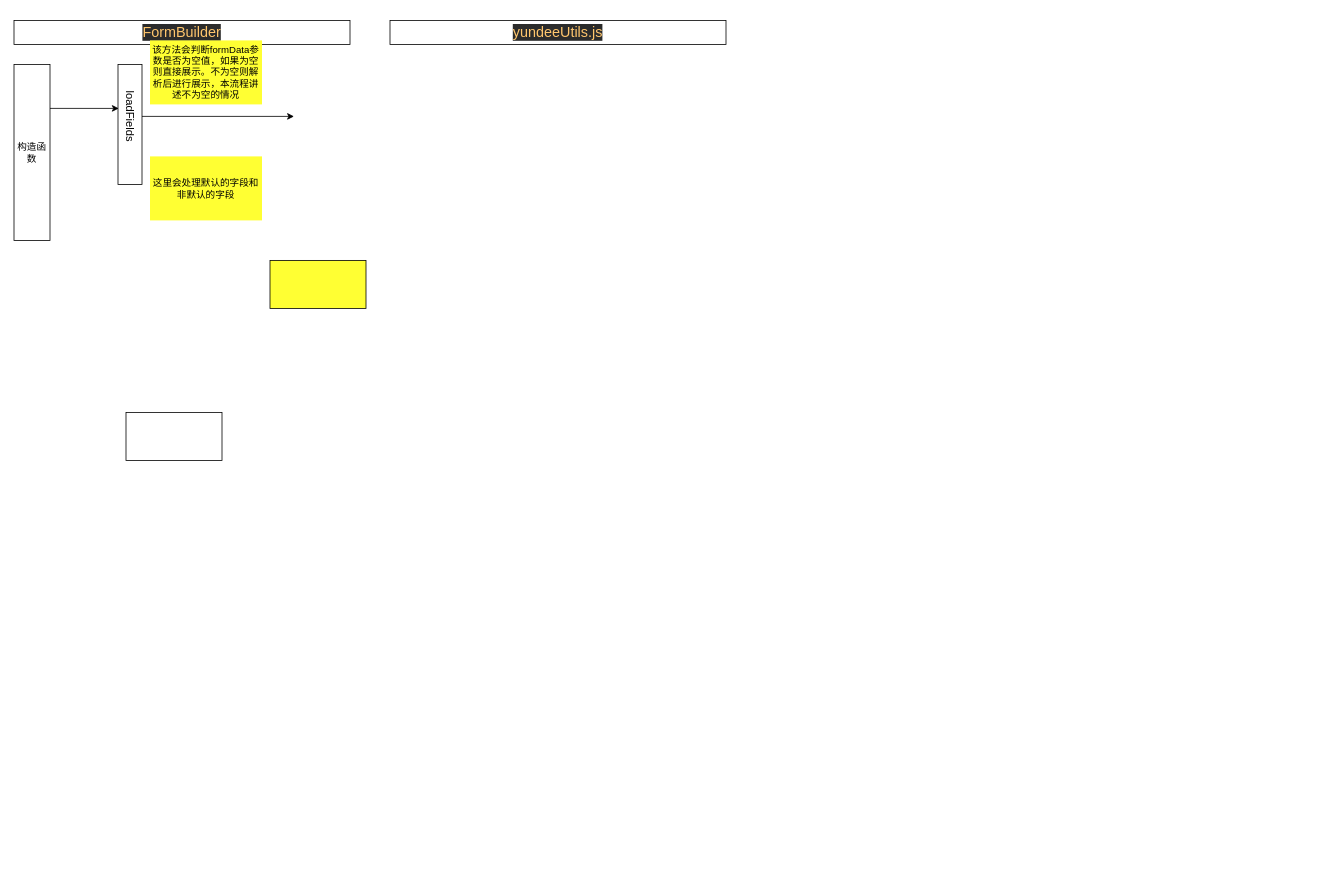
Earlier version of the draw.io diagram Java并发/表单设计器主要函数调用时序图.drawio (jethrozz/draw). Source tidied: cells renumbered, new cells numbered last; positions are measured from the earlier drawing's top-left corner, leaving out a move shared by most shapes. Both pictures are drawn from the tidied source at 80%, with x=0, y=0 at pixel (14, 20).
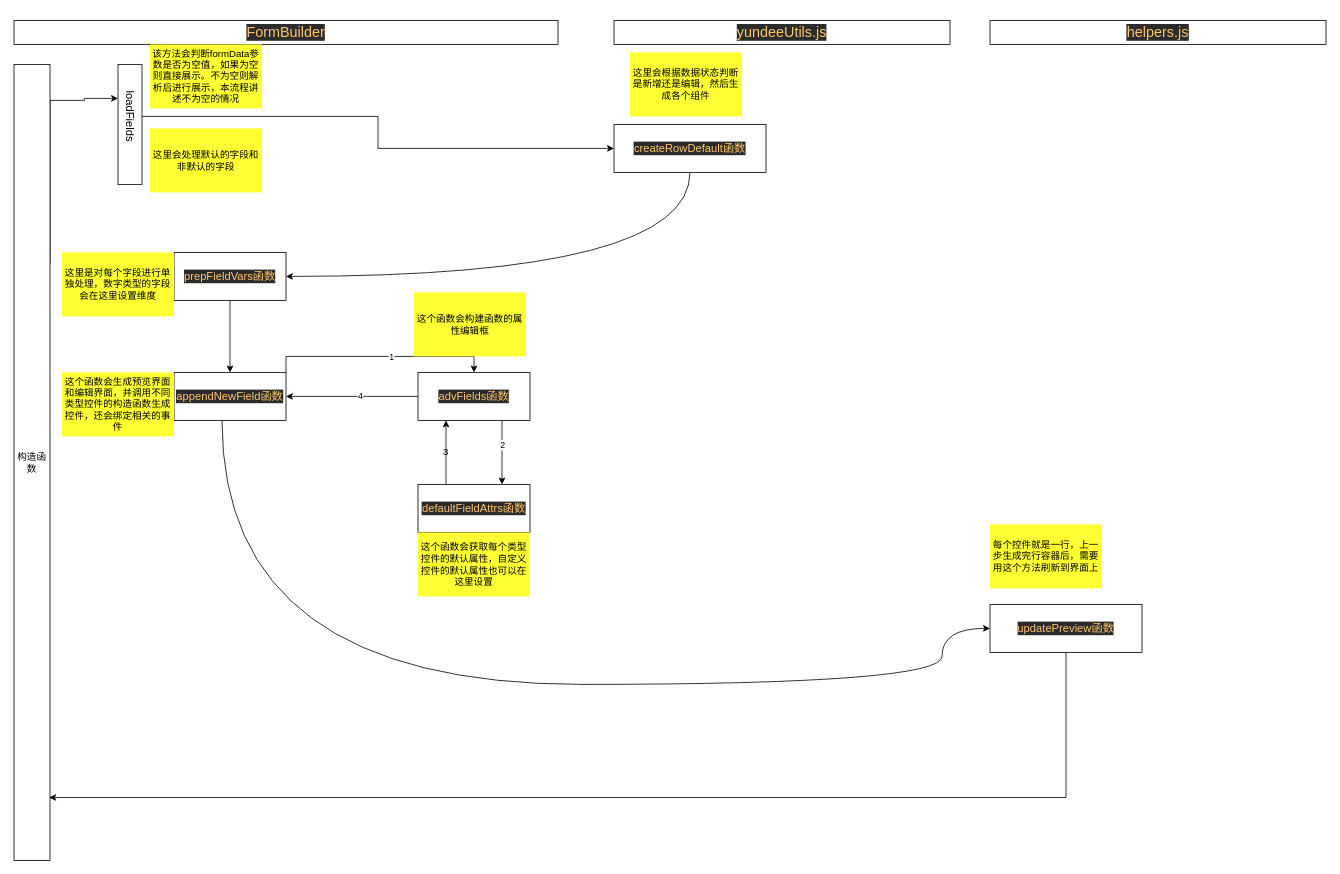
The same diagram, later.

Commit message (it also covers changes not shown here):
Update 表单设计器主要函数调用时序图.drawio

Unchanged cells that the change refers to:
```xml
<mxCell id="7" value="&lt;font style=&quot;font-size: 14px&quot;&gt;loadFields&lt;/font&gt;" style="text;html=1;strokeColor=none;fillColor=none;align=center;verticalAlign=middle;whiteSpace=wrap;rounded=0;rotation=90;" parent="1" vertex="1">
  <mxGeometry x="100" y="105" width="90" height="30" as="geometry" />
</mxCell>
```

What changed in the source:
```diff
@@
     <mxCell id="2" value="&lt;pre style=&quot;background-color: rgb(43 , 43 , 43) ; color: rgb(169 , 183 , 198) ; font-family: &amp;#34;jetbrains mono&amp;#34;&quot;&gt;&lt;span style=&quot;color: rgb(255 , 198 , 109)&quot;&gt;&lt;font style=&quot;font-size: 18px&quot;&gt;FormBuilder&lt;/font&gt;&lt;/span&gt;&lt;/pre&gt;" style="rounded=0;whiteSpace=wrap;html=1;" parent="1" vertex="1">
-      <mxGeometry width="420" height="30" as="geometry" />
+      <mxGeometry width="680" height="30" as="geometry" />
     </mxCell>
-    <mxCell id="3" style="edgeStyle=orthogonalEdgeStyle;rounded=0;jettySize=auto;html=1;exitX=1;exitY=0.25;exitDx=0;exitDy=0;entryX=0.389;entryY=0.967;entryDx=0;entryDy=0;entryPerimeter=0;" parent="1" edge="1" source="4" target="7">
-      <mxGeometry relative="1" as="geometry" />
+    <mxCell id="3" style="edgeStyle=orthogonalEdgeStyle;rounded=0;jettySize=auto;html=1;exitX=1;exitY=0.25;exitDx=0;exitDy=0;entryX=0.25;entryY=1;entryDx=0;entryDy=0;" parent="1" edge="1" source="4" target="7">
+      <mxGeometry relative="1" as="geometry">
+        <Array as="points">
+          <mxPoint x="45" y="100" />
+          <mxPoint x="88" y="100" />
+          <mxPoint x="88" y="98" />
+        </Array>
+      </mxGeometry>
     </mxCell>
     <mxCell id="4" value="构造函数" style="rounded=0;whiteSpace=wrap;html=1;" parent="1" vertex="1">
-      <mxGeometry y="55" width="45" height="220" as="geometry" />
+      <mxGeometry y="55" width="45" height="995" as="geometry" />
     </mxCell>
@@
-    <mxCell id="6" style="edgeStyle=orthogonalEdgeStyle;rounded=0;jettySize=auto;html=1;exitX=0.5;exitY=0;exitDx=0;exitDy=0;" parent="1" edge="1" source="7">
-      <mxGeometry relative="1" as="geometry">
-        <mxPoint x="350" y="120" as="targetPoint" />
-      </mxGeometry>
+    <mxCell id="6" style="edgeStyle=orthogonalEdgeStyle;rounded=0;jettySize=auto;html=1;exitX=0.5;exitY=0;exitDx=0;exitDy=0;entryX=0;entryY=0.5;entryDx=0;entryDy=0;" parent="1" edge="1" source="7" target="11">
+      <mxGeometry relative="1" as="geometry" />
     </mxCell>
@@
     <mxCell id="8" value="该方法会判断formData参数是否为空值，如果为空则直接展示。不为空则解析后进行展示，本流程讲述不为空的情况" style="text;html=1;strokeColor=none;fillColor=#FFFF33;align=center;verticalAlign=middle;whiteSpace=wrap;rounded=0;" parent="1" vertex="1">
-      <mxGeometry x="170" y="25" width="140" height="80" as="geometry" />
+      <mxGeometry x="170" y="30" width="140" height="80" as="geometry" />
     </mxCell>
     <mxCell id="9" value="这里会处理默认的字段和非默认的字段" style="text;html=1;strokeColor=none;fillColor=#FFFF33;align=center;verticalAlign=middle;whiteSpace=wrap;rounded=0;" parent="1" vertex="1">
-      <mxGeometry x="170" y="170" width="140" height="80" as="geometry" />
+      <mxGeometry x="170" y="135" width="140" height="80" as="geometry" />
     </mxCell>
-    <mxCell id="10" style="rounded=0;whiteSpace=wrap;html=1;fillColor=#FFFF33;" parent="1" vertex="1">
-      <mxGeometry x="320" y="300" width="120" height="60" as="geometry" />
-    </mxCell>
+    <mxCell id="13" style="edgeStyle=orthogonalEdgeStyle;rounded=0;jettySize=auto;html=1;entryX=1;entryY=0.5;entryDx=0;entryDy=0;curved=1;exitX=0.5;exitY=1;exitDx=0;exitDy=0;" parent="1" edge="1" source="11" target="16">
+      <mxGeometry relative="1" as="geometry" />
+    </mxCell>
-    <mxCell id="11" style="rounded=0;whiteSpace=wrap;html=1;fillColor=#FFFFFF;" parent="1" vertex="1">
-      <mxGeometry x="140" y="490" width="120" height="60" as="geometry" />
+    <mxCell id="11" value="&lt;pre style=&quot;background-color: #2b2b2b ; color: #a9b7c6 ; font-family: &amp;#34;jetbrains mono&amp;#34; ; font-size: 10.5pt&quot;&gt;&lt;span style=&quot;color: #ffc66d&quot;&gt;createRowDefault函数&lt;/span&gt;&lt;/pre&gt;" style="rounded=0;whiteSpace=wrap;html=1;fillColor=#FFFFFF;" parent="1" vertex="1">
+      <mxGeometry x="750" y="130" width="190" height="60" as="geometry" />
     </mxCell>
     <mxCell id="12" value="&lt;pre style=&quot;background-color: rgb(43 , 43 , 43)&quot;&gt;&lt;font color=&quot;#ffc66d&quot; face=&quot;jetbrains mono&quot;&gt;&lt;span style=&quot;font-size: 18px&quot;&gt;yundeeUtils.js&lt;/span&gt;&lt;/font&gt;&lt;font color=&quot;#a9b7c6&quot; face=&quot;jetbrains mono&quot;&gt;&lt;br&gt;&lt;/font&gt;&lt;/pre&gt;" style="rounded=0;whiteSpace=wrap;html=1;" parent="1" vertex="1">
-      <mxGeometry x="470" width="420" height="30" as="geometry" />
+      <mxGeometry x="750" width="420" height="30" as="geometry" />
     </mxCell>
+    <mxCell id="14" value="这里会根据数据状态判断是新增还是编辑，然后生成各个组件" style="text;html=1;strokeColor=none;fillColor=#FFFF33;align=center;verticalAlign=middle;whiteSpace=wrap;rounded=0;" parent="1" vertex="1">
+      <mxGeometry x="770" y="40" width="140" height="80" as="geometry" />
+    </mxCell>
+    <mxCell id="15" style="edgeStyle=orthogonalEdgeStyle;rounded=0;jettySize=auto;html=1;entryX=0.5;entryY=0;entryDx=0;entryDy=0;" parent="1" edge="1" source="16" target="21">
+      <mxGeometry relative="1" as="geometry" />
+    </mxCell>
+    <mxCell id="16" value="&lt;pre style=&quot;background-color: #2b2b2b ; color: #a9b7c6 ; font-family: &amp;#34;jetbrains mono&amp;#34; ; font-size: 10.5pt&quot;&gt;&lt;span style=&quot;color: #ffc66d&quot;&gt;prepFieldVars函数&lt;/span&gt;&lt;/pre&gt;" style="rounded=0;whiteSpace=wrap;html=1;fillColor=#FFFFFF;" parent="1" vertex="1">
+      <mxGeometry x="200" y="290" width="140" height="60" as="geometry" />
+    </mxCell>
+    <mxCell id="17" value="这里是对每个字段进行单独处理，数字类型的字段会在这里设置维度" style="text;html=1;strokeColor=none;fillColor=#FFFF33;align=center;verticalAlign=middle;whiteSpace=wrap;rounded=0;" parent="1" vertex="1">
+      <mxGeometry x="60" y="290" width="140" height="80" as="geometry" />
+    </mxCell>
+    <mxCell id="18" style="edgeStyle=orthogonalEdgeStyle;rounded=0;jettySize=auto;html=1;exitX=1;exitY=0;exitDx=0;exitDy=0;entryX=0.5;entryY=0;entryDx=0;entryDy=0;" parent="1" edge="1" source="21" target="27">
+      <mxGeometry relative="1" as="geometry" />
+    </mxCell>
+    <mxCell id="19" value="1" style="edgeLabel;html=1;align=center;verticalAlign=middle;" parent="18" vertex="1">
+      <mxGeometry x="0.1" relative="1" as="geometry" />
+    </mxCell>
+    <mxCell id="20" style="edgeStyle=orthogonalEdgeStyle;rounded=0;jettySize=auto;html=1;entryX=0;entryY=0.5;entryDx=0;entryDy=0;curved=1;" parent="1" edge="1" source="21" target="37">
+      <mxGeometry relative="1" as="geometry">
+        <Array as="points">
+          <mxPoint x="260" y="830" />
+          <mxPoint x="1160" y="830" />
+          <mxPoint x="1160" y="760" />
+        </Array>
+      </mxGeometry>
+    </mxCell>
+    <mxCell id="21" value="&lt;pre style=&quot;background-color: #2b2b2b ; color: #a9b7c6 ; font-family: &amp;#34;jetbrains mono&amp;#34; ; font-size: 10.5pt&quot;&gt;&lt;pre style=&quot;font-family: &amp;#34;jetbrains mono&amp;#34; ; font-size: 10.5pt&quot;&gt;&lt;span style=&quot;color: #ffc66d&quot;&gt;appendNewField函数&lt;/span&gt;&lt;/pre&gt;&lt;/pre&gt;" style="rounded=0;whiteSpace=wrap;html=1;fillColor=#FFFFFF;" parent="1" vertex="1">
+      <mxGeometry x="200" y="440" width="140" height="60" as="geometry" />
+    </mxCell>
+    <mxCell id="22" value="这个函数会生成预览界面和编辑界面，并调用不同类型控件的构造函数生成控件，还会绑定相关的事件" style="text;html=1;strokeColor=none;fillColor=#FFFF33;align=center;verticalAlign=middle;whiteSpace=wrap;rounded=0;" parent="1" vertex="1">
+      <mxGeometry x="60" y="440" width="140" height="80" as="geometry" />
+    </mxCell>
+    <mxCell id="23" style="edgeStyle=orthogonalEdgeStyle;rounded=0;jettySize=auto;html=1;exitX=0.75;exitY=1;exitDx=0;exitDy=0;entryX=0.75;entryY=0;entryDx=0;entryDy=0;" parent="1" edge="1" source="27" target="31">
+      <mxGeometry relative="1" as="geometry" />
+    </mxCell>
+    <mxCell id="24" value="2" style="edgeLabel;html=1;align=center;verticalAlign=middle;" parent="23" vertex="1">
+      <mxGeometry x="-0.25" relative="1" as="geometry" />
+    </mxCell>
+    <mxCell id="25" style="edgeStyle=orthogonalEdgeStyle;rounded=0;jettySize=auto;html=1;exitX=0;exitY=0.5;exitDx=0;exitDy=0;entryX=1;entryY=0.5;entryDx=0;entryDy=0;" parent="1" edge="1" source="27" target="21">
+      <mxGeometry relative="1" as="geometry" />
+    </mxCell>
+    <mxCell id="26" value="4" style="edgeLabel;html=1;align=center;verticalAlign=middle;" parent="25" vertex="1">
+      <mxGeometry x="-0.12" y="-1" relative="1" as="geometry" />
+    </mxCell>
+    <mxCell id="27" value="&lt;pre style=&quot;background-color: #2b2b2b ; color: #a9b7c6 ; font-family: &amp;#34;jetbrains mono&amp;#34; ; font-size: 10.5pt&quot;&gt;&lt;pre style=&quot;font-family: &amp;#34;jetbrains mono&amp;#34; ; font-size: 10.5pt&quot;&gt;&lt;pre style=&quot;font-family: &amp;#34;jetbrains mono&amp;#34; ; font-size: 10.5pt&quot;&gt;&lt;span style=&quot;color: #ffc66d&quot;&gt;advFields函数&lt;/span&gt;&lt;/pre&gt;&lt;/pre&gt;&lt;/pre&gt;" style="rounded=0;whiteSpace=wrap;html=1;fillColor=#FFFFFF;" parent="1" vertex="1">
+      <mxGeometry x="505" y="440" width="140" height="60" as="geometry" />
+    </mxCell>
+    <mxCell id="28" value="这个函数会构建函数的属性编辑框" style="text;html=1;strokeColor=none;fillColor=#FFFF33;align=center;verticalAlign=middle;whiteSpace=wrap;rounded=0;" parent="1" vertex="1">
+      <mxGeometry x="500" y="340" width="140" height="80" as="geometry" />
+    </mxCell>
+    <mxCell id="29" value="&lt;pre style=&quot;background-color: #2b2b2b ; color: #a9b7c6 ; font-family: &amp;#34;jetbrains mono&amp;#34; ; font-size: 10.5pt&quot;&gt;&lt;br&gt;&lt;/pre&gt;" style="text;whiteSpace=wrap;html=1;" parent="1" vertex="1">
+      <mxGeometry x="320" y="720" width="140" height="60" as="geometry" />
+    </mxCell>
+    <mxCell id="30" style="edgeStyle=orthogonalEdgeStyle;rounded=0;jettySize=auto;html=1;exitX=0.25;exitY=0;exitDx=0;exitDy=0;entryX=0.25;entryY=1;entryDx=0;entryDy=0;" parent="1" edge="1" source="31" target="27">
+      <mxGeometry relative="1" as="geometry" />
+    </mxCell>
+    <mxCell id="31" value="&lt;pre style=&quot;background-color: #2b2b2b ; color: #a9b7c6 ; font-family: &amp;#34;jetbrains mono&amp;#34; ; font-size: 10.5pt&quot;&gt;&lt;pre style=&quot;font-family: &amp;#34;jetbrains mono&amp;#34; ; font-size: 10.5pt&quot;&gt;&lt;pre style=&quot;font-family: &amp;#34;jetbrains mono&amp;#34; ; font-size: 10.5pt&quot;&gt;&lt;pre style=&quot;text-align: left ; font-family: &amp;#34;jetbrains mono&amp;#34; ; font-size: 10.5pt&quot;&gt;&lt;span style=&quot;color: rgb(255 , 198 , 109)&quot;&gt;defaultFieldAttrs函数&lt;/span&gt;&lt;/pre&gt;&lt;/pre&gt;&lt;/pre&gt;&lt;/pre&gt;" style="rounded=0;whiteSpace=wrap;html=1;fillColor=#FFFFFF;" parent="1" vertex="1">
+      <mxGeometry x="505" y="580" width="140" height="60" as="geometry" />
+    </mxCell>
+    <mxCell id="32" value="这个函数会获取每个类型控件的默认属性，自定义控件的默认属性也可以在这里设置" style="text;html=1;strokeColor=none;fillColor=#FFFF33;align=center;verticalAlign=middle;whiteSpace=wrap;rounded=0;" parent="1" vertex="1">
+      <mxGeometry x="505" y="640" width="140" height="80" as="geometry" />
+    </mxCell>
+    <mxCell id="33" value="3" style="text;html=1;strokeColor=none;fillColor=none;align=center;verticalAlign=middle;whiteSpace=wrap;rounded=0;" parent="1" vertex="1">
+      <mxGeometry x="520" y="530" width="40" height="20" as="geometry" />
+    </mxCell>
+    <mxCell id="34" value="&lt;pre style=&quot;background-color: rgb(43 , 43 , 43)&quot;&gt;&lt;font face=&quot;jetbrains mono&quot;&gt;&lt;font color=&quot;#ffc66d&quot;&gt;&lt;span style=&quot;font-size: 18px&quot;&gt;helpers.js&lt;/span&gt;&lt;/font&gt;&lt;font color=&quot;#a9b7c6&quot;&gt;&lt;br&gt;&lt;/font&gt;&lt;/font&gt;&lt;/pre&gt;" style="rounded=0;whiteSpace=wrap;html=1;" parent="1" vertex="1">
+      <mxGeometry x="1220" width="420" height="30" as="geometry" />
+    </mxCell>
+    <mxCell id="35" value="&lt;pre style=&quot;background-color: #2b2b2b ; color: #a9b7c6 ; font-family: &amp;#34;jetbrains mono&amp;#34; ; font-size: 10.5pt&quot;&gt;&lt;br&gt;&lt;/pre&gt;" style="text;whiteSpace=wrap;html=1;" parent="1" vertex="1">
+      <mxGeometry x="1280" y="150" width="120" height="60" as="geometry" />
+    </mxCell>
+    <mxCell id="36" style="edgeStyle=orthogonalEdgeStyle;rounded=0;jettySize=auto;html=1;entryX=0.978;entryY=0.921;entryDx=0;entryDy=0;entryPerimeter=0;" parent="1" edge="1" source="37" target="4">
+      <mxGeometry relative="1" as="geometry">
+        <Array as="points">
+          <mxPoint x="1315" y="971" />
+        </Array>
+      </mxGeometry>
+    </mxCell>
+    <mxCell id="37" value="&lt;pre style=&quot;background-color: #2b2b2b ; color: #a9b7c6 ; font-family: &amp;#34;jetbrains mono&amp;#34; ; font-size: 10.5pt&quot;&gt;&lt;pre style=&quot;text-align: left ; font-family: &amp;#34;jetbrains mono&amp;#34; ; font-size: 10.5pt&quot;&gt;&lt;span style=&quot;color: rgb(255 , 198 , 109)&quot;&gt;updatePreview函数&lt;/span&gt;&lt;/pre&gt;&lt;/pre&gt;" style="rounded=0;whiteSpace=wrap;html=1;fillColor=#FFFFFF;" parent="1" vertex="1">
+      <mxGeometry x="1220" y="730" width="190" height="60" as="geometry" />
+    </mxCell>
+    <mxCell id="38" value="每个控件就是一行，上一步生成完行容器后，需要用这个方法刷新到界面上" style="text;html=1;strokeColor=none;fillColor=#FFFF33;align=center;verticalAlign=middle;whiteSpace=wrap;rounded=0;" parent="1" vertex="1">
+      <mxGeometry x="1220" y="630" width="140" height="80" as="geometry" />
+    </mxCell>
```
